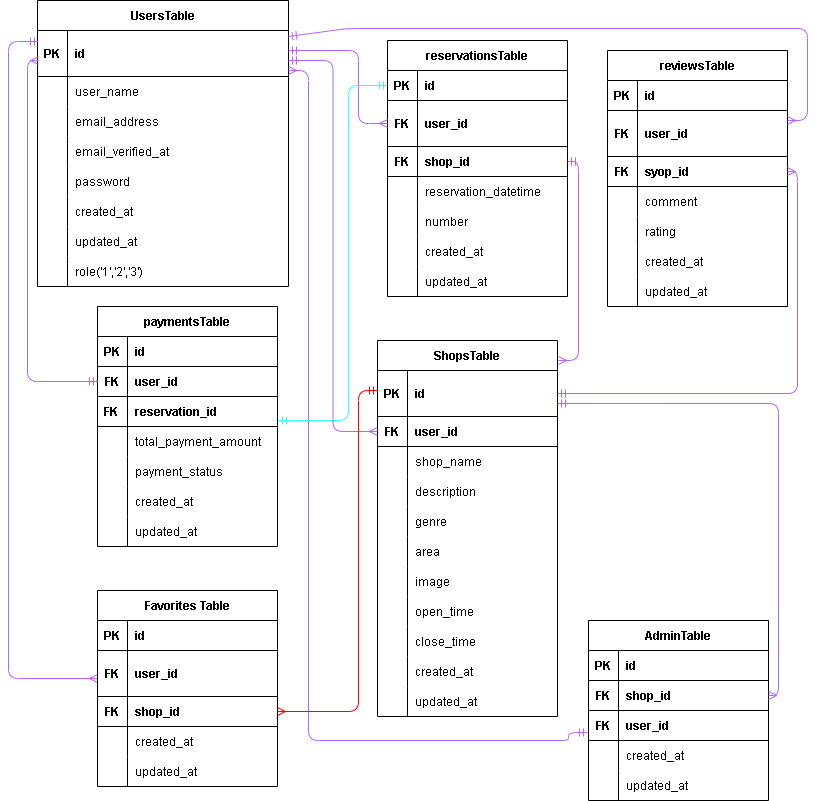
This is src/rese.drawio.png from ponponmama/20240713-erika_hara-rese, a draw.io export, as it was before one commit. Source tidied: cells renumbered, new cells last; positions are measured from the earlier drawing's top-left corner, leaving out a move shared by most shapes.
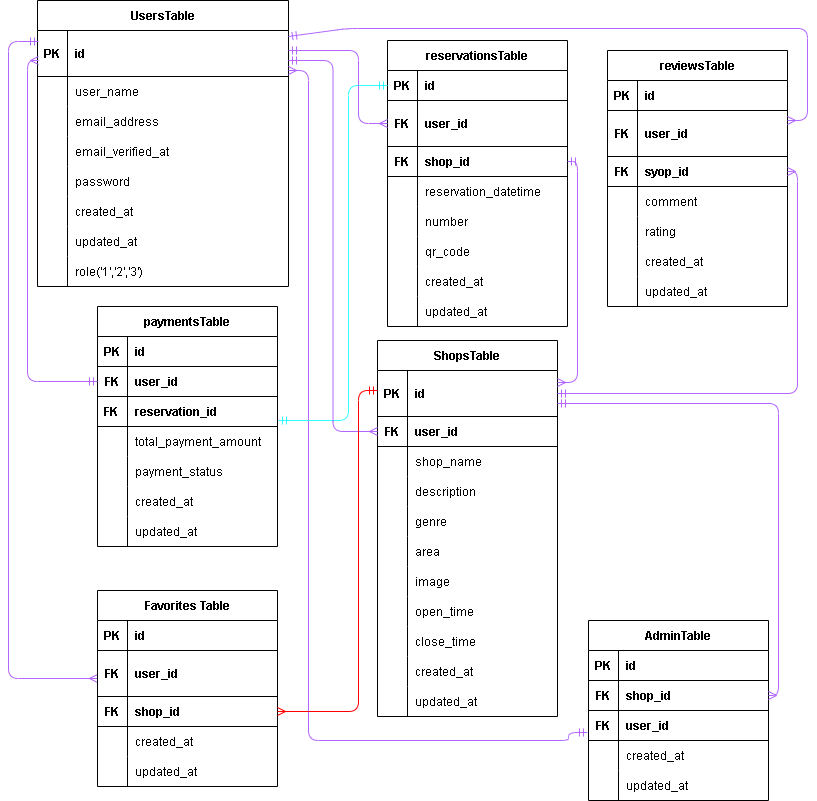
After the commit.

Diff of the diagram source:
```diff
@@ -136,7 +136,7 @@
       <mxGeometry x="30" width="150" height="30" as="geometry" />
     </mxCell>
     <mxCell id="44" value="reservationsTable" style="shape=table;startSize=30;rowLines=0;fontStyle=1;align=center;fillColor=none;strokeColor=#000000;strokeWidth=1;fontColor=#000000;" parent="1" vertex="1">
-      <mxGeometry x="379" y="40" width="180" height="256" as="geometry" />
+      <mxGeometry x="379" y="40" width="180" height="286" as="geometry" />
     </mxCell>
     <mxCell id="45" style="shape=tableRow;horizontal=0;startSize=0;swimlaneHead=0;swimlaneBody=0;fillColor=none;points=[[0,0.5],[1,0.5]];portConstraint=eastwest;top=0;left=0;right=0;bottom=1;strokeColor=#000000;strokeWidth=1;fontColor=#000000;" parent="44" vertex="1">
       <mxGeometry y="30" width="180" height="30" as="geometry" />
@@ -183,8 +183,17 @@
     <mxCell id="59" value="number" style="shape=partialRectangle;fillColor=none;top=0;left=0;bottom=0;right=0;align=left;spacingLeft=6;overflow=hidden;fontColor=#000000;strokeColor=#000000;strokeWidth=1;" parent="57" vertex="1">
       <mxGeometry x="30" width="150" height="30" as="geometry" />
     </mxCell>
+    <mxCell id="170" style="shape=tableRow;horizontal=0;startSize=0;swimlaneHead=0;swimlaneBody=0;fillColor=none;top=0;left=0;right=0;bottom=0;strokeColor=#000000;strokeWidth=1;fontColor=#000000;" parent="44" vertex="1">
+      <mxGeometry y="196" width="180" height="30" as="geometry" />
+    </mxCell>
+    <mxCell id="171" style="shape=partialRectangle;fillColor=none;top=0;left=0;bottom=0;right=0;overflow=hidden;fontColor=#000000;strokeColor=#000000;strokeWidth=1;" parent="170" vertex="1">
+      <mxGeometry width="30" height="30" as="geometry" />
+    </mxCell>
+    <mxCell id="172" value="qr_code" style="shape=partialRectangle;fillColor=none;top=0;left=0;bottom=0;right=0;align=left;spacingLeft=6;overflow=hidden;fontColor=#000000;strokeColor=#000000;strokeWidth=1;" parent="170" vertex="1">
+      <mxGeometry x="30" width="150" height="30" as="geometry" />
+    </mxCell>
     <mxCell id="60" style="shape=tableRow;horizontal=0;startSize=0;swimlaneHead=0;swimlaneBody=0;fillColor=none;top=0;left=0;right=0;bottom=0;strokeColor=#000000;strokeWidth=1;fontColor=#000000;" parent="44" vertex="1">
-      <mxGeometry y="196" width="180" height="30" as="geometry" />
+      <mxGeometry y="226" width="180" height="30" as="geometry" />
     </mxCell>
     <mxCell id="61" style="shape=partialRectangle;fillColor=none;top=0;left=0;bottom=0;right=0;overflow=hidden;fontColor=#000000;strokeColor=#000000;strokeWidth=1;" parent="60" vertex="1">
       <mxGeometry width="30" height="30" as="geometry" />
@@ -193,7 +202,7 @@
       <mxGeometry x="30" width="150" height="30" as="geometry" />
     </mxCell>
     <mxCell id="63" style="shape=tableRow;horizontal=0;startSize=0;swimlaneHead=0;swimlaneBody=0;fillColor=none;top=0;left=0;right=0;bottom=0;strokeColor=#000000;strokeWidth=1;fontColor=#000000;" parent="44" vertex="1">
-      <mxGeometry y="226" width="180" height="30" as="geometry" />
+      <mxGeometry y="256" width="180" height="30" as="geometry" />
     </mxCell>
     <mxCell id="64" style="shape=partialRectangle;fillColor=none;top=0;left=0;bottom=0;right=0;overflow=hidden;fontColor=#000000;strokeColor=#000000;strokeWidth=1;" parent="63" vertex="1">
       <mxGeometry width="30" height="30" as="geometry" />
@@ -454,14 +463,8 @@
     <mxCell id="145" value="updated_at" style="shape=partialRectangle;fillColor=none;top=0;left=0;bottom=0;right=0;align=left;spacingLeft=6;overflow=hidden;fontColor=#000000;strokeColor=#000000;strokeWidth=1;" parent="143" vertex="1">
       <mxGeometry x="30" width="150" height="30" as="geometry" />
     </mxCell>
-    <mxCell id="146" style="edgeStyle=orthogonalEdgeStyle;fontSize=12;html=1;endArrow=ERmandOne;entryX=1;entryY=0.5;entryDx=0;entryDy=0;startArrow=ERmany;startFill=0;endFill=0;strokeColor=#B266FF;strokeWidth=1;fontColor=default;" parent="1" edge="1" target="51">
-      <mxGeometry relative="1" as="geometry">
-        <mxPoint x="550" y="360" as="sourcePoint" />
-        <Array as="points">
-          <mxPoint x="570" y="360" />
-          <mxPoint x="570" y="161" />
-        </Array>
-      </mxGeometry>
+    <mxCell id="146" style="edgeStyle=orthogonalEdgeStyle;fontSize=12;html=1;endArrow=ERmandOne;entryX=1;entryY=0.5;entryDx=0;entryDy=0;startArrow=ERmany;startFill=0;endFill=0;strokeColor=#B266FF;strokeWidth=1;fontColor=default;exitX=1;exitY=0.261;exitDx=0;exitDy=0;exitPerimeter=0;" parent="1" edge="1" source="113" target="51">
+      <mxGeometry relative="1" as="geometry" />
     </mxCell>
     <mxCell id="147" style="edgeStyle=orthogonalEdgeStyle;fontSize=12;html=1;endArrow=ERmany;entryX=1;entryY=0.5;entryDx=0;entryDy=0;startArrow=ERmandOne;startFill=0;exitX=1;exitY=0.5;exitDx=0;exitDy=0;strokeColor=#B266FF;strokeWidth=1;fontColor=default;" parent="1" edge="1" source="113" target="73">
       <mxGeometry relative="1" as="geometry" />
```
